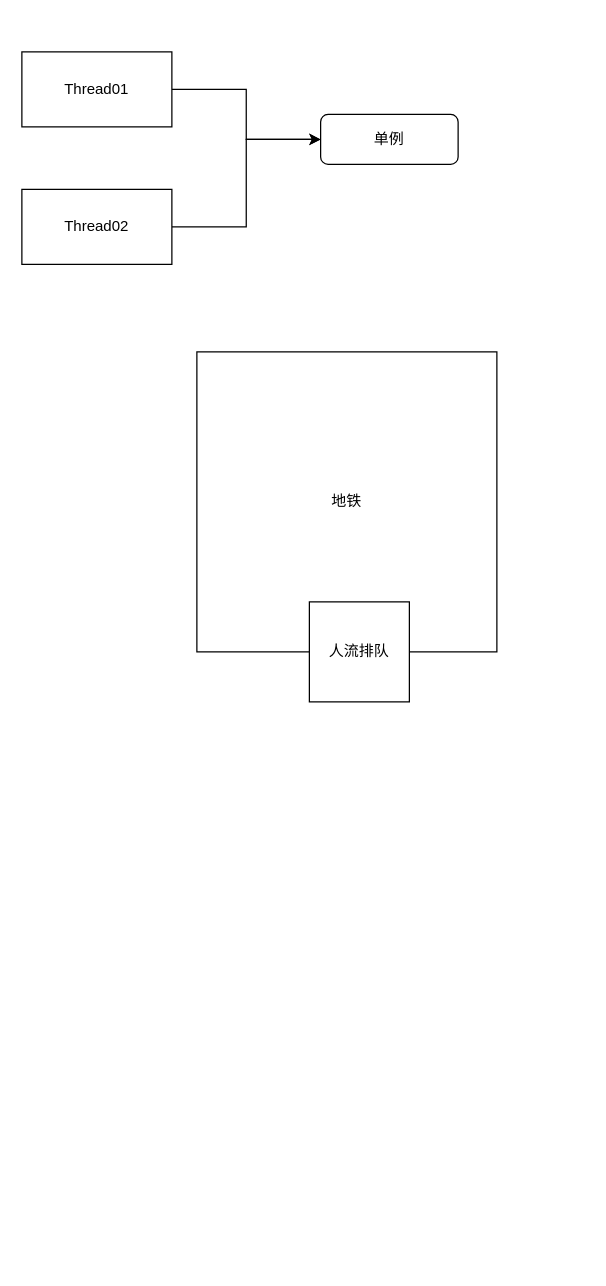
This is 单例模式.drawio from EdwardWangYan/MyTest, a draw.io file, before an edit. Source tidied: cells renumbered, new cells numbered last; positions are measured from the earlier drawing's top-left corner, leaving out a move shared by most shapes. Both pictures are drawn from the tidied source at 125%, with x=0, y=0 at pixel (21, 51).
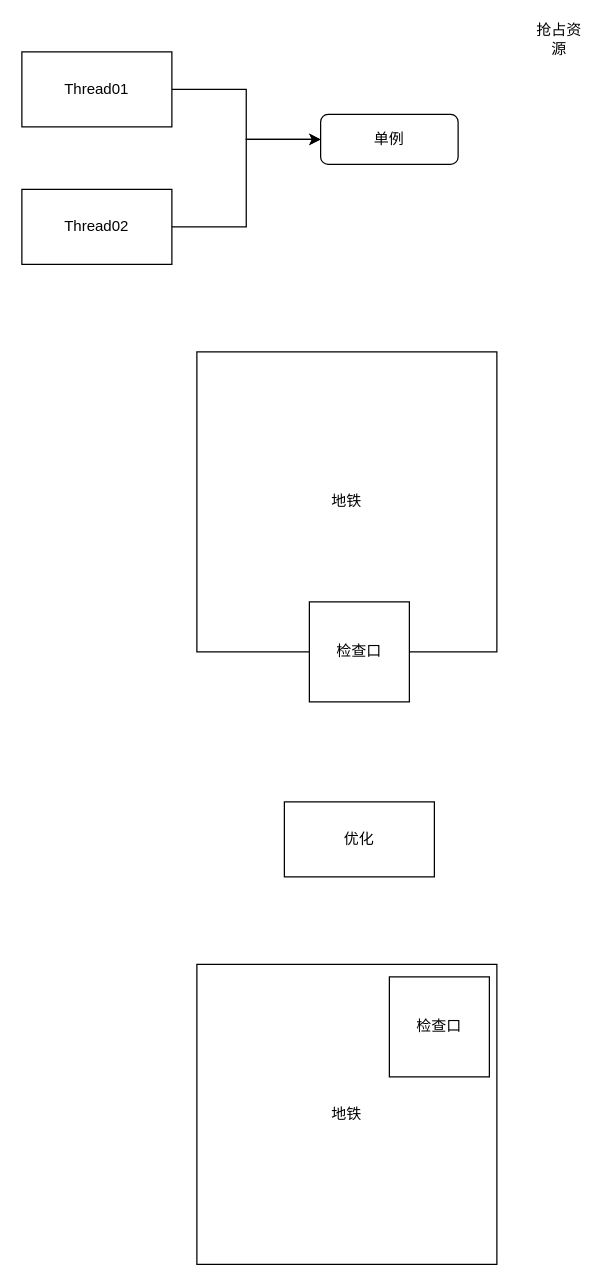
After the change.

Change to the diagram source:
```diff
@@
 <mxGraphModel>
   <root>
     <mxCell id="0" />
     <mxCell id="1" parent="0" />
     <mxCell id="2" style="edgeStyle=orthogonalEdgeStyle;rounded=0;jettySize=auto;html=1;entryX=0;entryY=0.5;entryDx=0;entryDy=0;" parent="1" edge="1" source="3" target="6">
       <mxGeometry relative="1" as="geometry" />
     </mxCell>
     <mxCell id="3" value="Thread01" style="rounded=0;whiteSpace=wrap;html=1;" parent="1" vertex="1">
       <mxGeometry width="120" height="60" as="geometry" />
     </mxCell>
     <mxCell id="4" style="edgeStyle=orthogonalEdgeStyle;rounded=0;jettySize=auto;html=1;entryX=0;entryY=0.5;entryDx=0;entryDy=0;" parent="1" edge="1" source="5" target="6">
       <mxGeometry relative="1" as="geometry" />
     </mxCell>
     <mxCell id="5" value="&lt;span&gt;Thread02&lt;/span&gt;" style="rounded=0;whiteSpace=wrap;html=1;" parent="1" vertex="1">
       <mxGeometry y="110" width="120" height="60" as="geometry" />
     </mxCell>
     <mxCell id="6" value="单例" style="rounded=1;whiteSpace=wrap;html=1;" parent="1" vertex="1">
       <mxGeometry x="239" y="50" width="110" height="40" as="geometry" />
     </mxCell>
     <mxCell id="7" value="地铁" style="whiteSpace=wrap;html=1;" parent="1" vertex="1">
       <mxGeometry x="140" y="240" width="240" height="240" as="geometry" />
     </mxCell>
-    <mxCell id="8" value="人流排队" style="whiteSpace=wrap;html=1;" parent="1" vertex="1">
+    <mxCell id="8" value="检查口" style="whiteSpace=wrap;html=1;" parent="1" vertex="1">
       <mxGeometry x="230" y="440" width="80" height="80" as="geometry" />
     </mxCell>
+    <mxCell id="9" value="抢占资源" style="text;html=1;strokeColor=none;fillColor=none;align=center;verticalAlign=middle;whiteSpace=wrap;rounded=0;" parent="1" vertex="1">
+      <mxGeometry x="410" y="-20" width="40" height="20" as="geometry" />
+    </mxCell>
+    <mxCell id="10" value="优化" style="rounded=0;whiteSpace=wrap;html=1;" parent="1" vertex="1">
+      <mxGeometry x="210" y="600" width="120" height="60" as="geometry" />
+    </mxCell>
+    <mxCell id="11" value="地铁" style="whiteSpace=wrap;html=1;" parent="1" vertex="1">
+      <mxGeometry x="140" y="730" width="240" height="240" as="geometry" />
+    </mxCell>
+    <mxCell id="12" value="检查口" style="whiteSpace=wrap;html=1;" parent="1" vertex="1">
+      <mxGeometry x="294" y="740" width="80" height="80" as="geometry" />
+    </mxCell>
   </root>
 </mxGraphModel>
```
